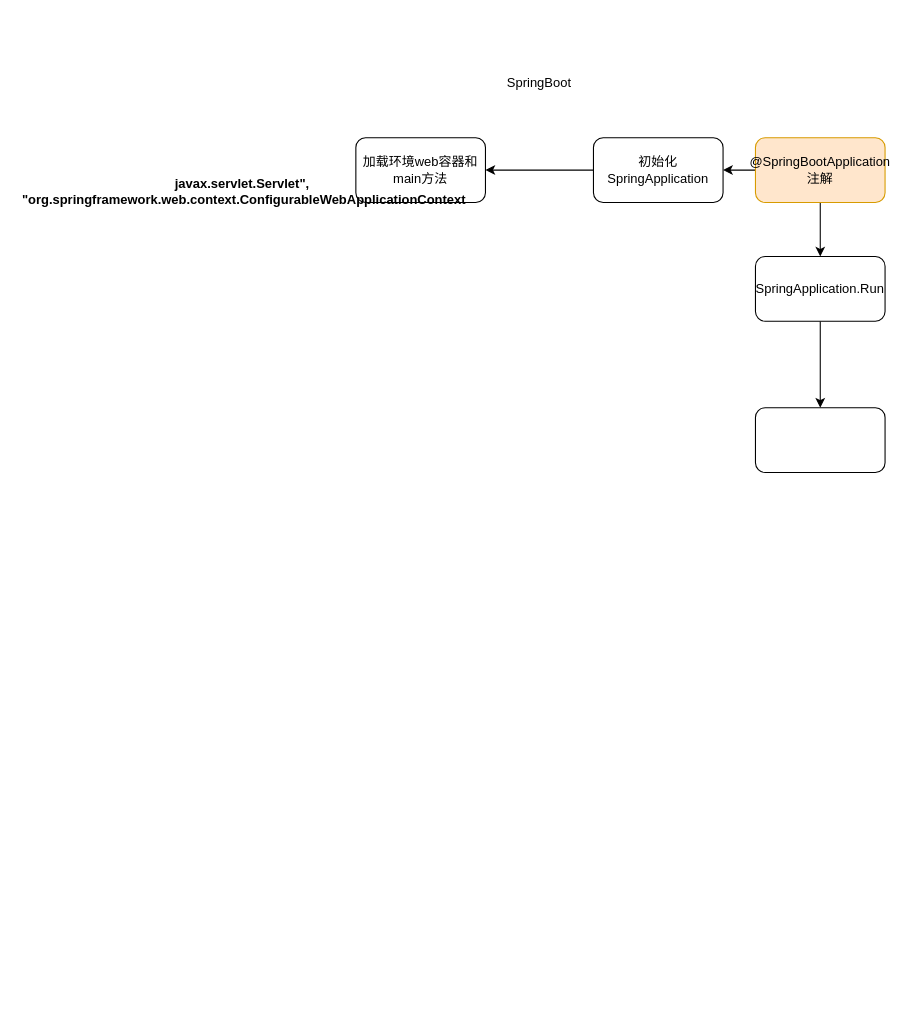
Above: Untitled Diagram.drawio in zhanshenzhi2008/diagrams (draw.io), before the change. Source tidied: cells renumbered, new cells numbered last; positions are measured from the earlier drawing's top-left corner, leaving out a move shared by most shapes. Both pictures are drawn from the tidied source at 108%, with x=0, y=0 at pixel (129, 72).
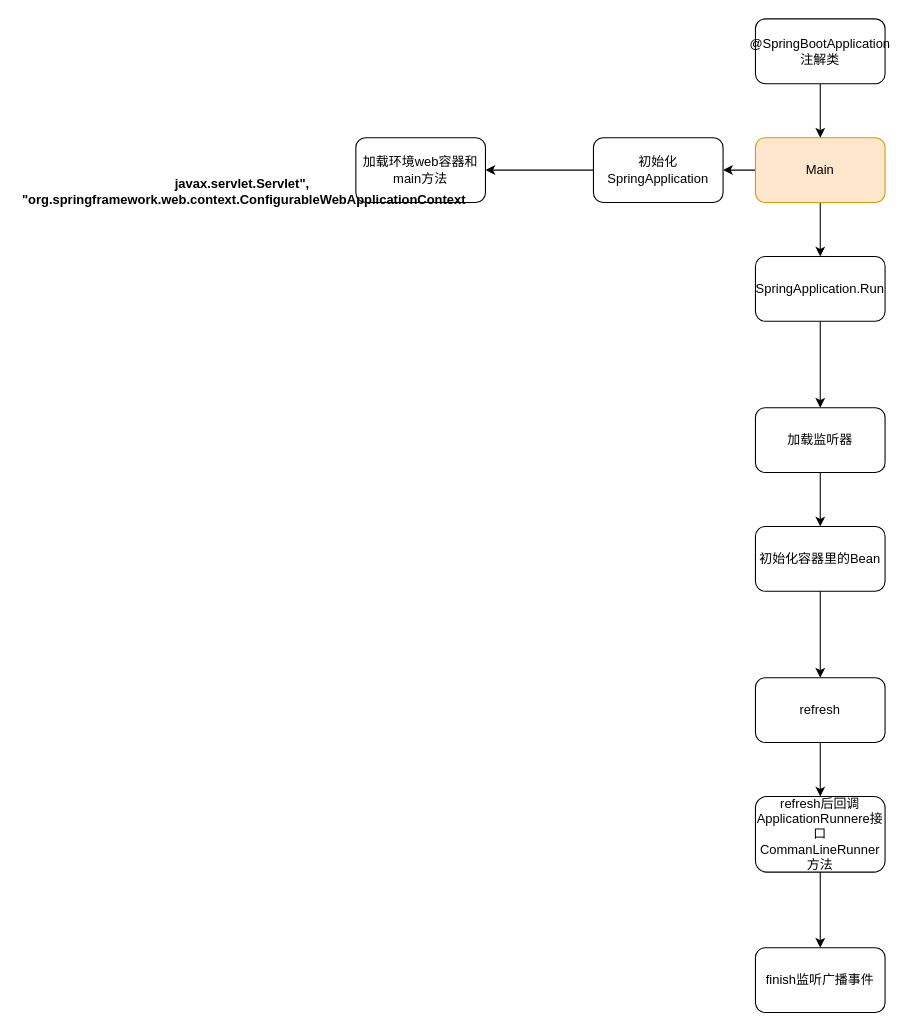
The same diagram, later.

Change to the diagram source:
```diff
@@
-    <mxCell id="2" value="SpringBoot" style="text;html=1;strokeColor=none;fillColor=none;align=center;verticalAlign=middle;whiteSpace=wrap;rounded=0;" parent="1" vertex="1">
-      <mxGeometry x="360" width="40" height="20" as="geometry" />
-    </mxCell>
@@
-    <mxCell id="5" value="@SpringBootApplication注解" style="rounded=1;whiteSpace=wrap;html=1;fillColor=#ffe6cc;strokeColor=#d79b00;" parent="1" vertex="1">
+    <mxCell id="5" value="Main" style="rounded=1;whiteSpace=wrap;html=1;fillColor=#ffe6cc;strokeColor=#d79b00;" parent="1" vertex="1">
       <mxGeometry x="580" y="60" width="120" height="60" as="geometry" />
     </mxCell>
@@
+    <mxCell id="13" style="edgeStyle=orthogonalEdgeStyle;rounded=0;jettySize=auto;html=1;" parent="1" edge="1" source="8" target="15">
+      <mxGeometry relative="1" as="geometry" />
+    </mxCell>
-    <mxCell id="8" style="rounded=1;whiteSpace=wrap;html=1;" parent="1" vertex="1">
+    <mxCell id="8" value="加载监听器" style="rounded=1;whiteSpace=wrap;html=1;" parent="1" vertex="1">
       <mxGeometry x="580" y="310" width="120" height="60" as="geometry" />
     </mxCell>
@@
+    <mxCell id="14" style="edgeStyle=orthogonalEdgeStyle;rounded=0;jettySize=auto;html=1;" parent="1" edge="1" source="15" target="17">
+      <mxGeometry relative="1" as="geometry" />
+    </mxCell>
+    <mxCell id="15" value="初始化容器里的Bean" style="rounded=1;whiteSpace=wrap;html=1;" parent="1" vertex="1">
+      <mxGeometry x="580" y="420" width="120" height="60" as="geometry" />
+    </mxCell>
+    <mxCell id="16" style="edgeStyle=orthogonalEdgeStyle;rounded=0;jettySize=auto;html=1;" parent="1" edge="1" source="17" target="21">
+      <mxGeometry relative="1" as="geometry" />
+    </mxCell>
+    <mxCell id="17" value="refresh" style="rounded=1;whiteSpace=wrap;html=1;" parent="1" vertex="1">
+      <mxGeometry x="580" y="560" width="120" height="60" as="geometry" />
+    </mxCell>
+    <mxCell id="18" style="edgeStyle=orthogonalEdgeStyle;rounded=0;jettySize=auto;html=1;" parent="1" edge="1" source="19" target="5">
+      <mxGeometry relative="1" as="geometry" />
+    </mxCell>
+    <mxCell id="19" value="&lt;span style=&quot;white-space: normal&quot;&gt;@SpringBootApplication注解类&lt;/span&gt;" style="rounded=1;whiteSpace=wrap;html=1;" parent="1" vertex="1">
+      <mxGeometry x="580" y="-50" width="120" height="60" as="geometry" />
+    </mxCell>
+    <mxCell id="20" style="edgeStyle=orthogonalEdgeStyle;rounded=0;jettySize=auto;html=1;" parent="1" edge="1" source="21" target="22">
+      <mxGeometry relative="1" as="geometry" />
+    </mxCell>
+    <mxCell id="21" value="refresh后回调ApplicationRunnere接口CommanLineRunner方法" style="rounded=1;whiteSpace=wrap;html=1;" parent="1" vertex="1">
+      <mxGeometry x="580" y="670" width="120" height="70" as="geometry" />
+    </mxCell>
+    <mxCell id="22" value="finish监听广播事件" style="rounded=1;whiteSpace=wrap;html=1;" parent="1" vertex="1">
+      <mxGeometry x="580" y="810" width="120" height="60" as="geometry" />
+    </mxCell>
```
